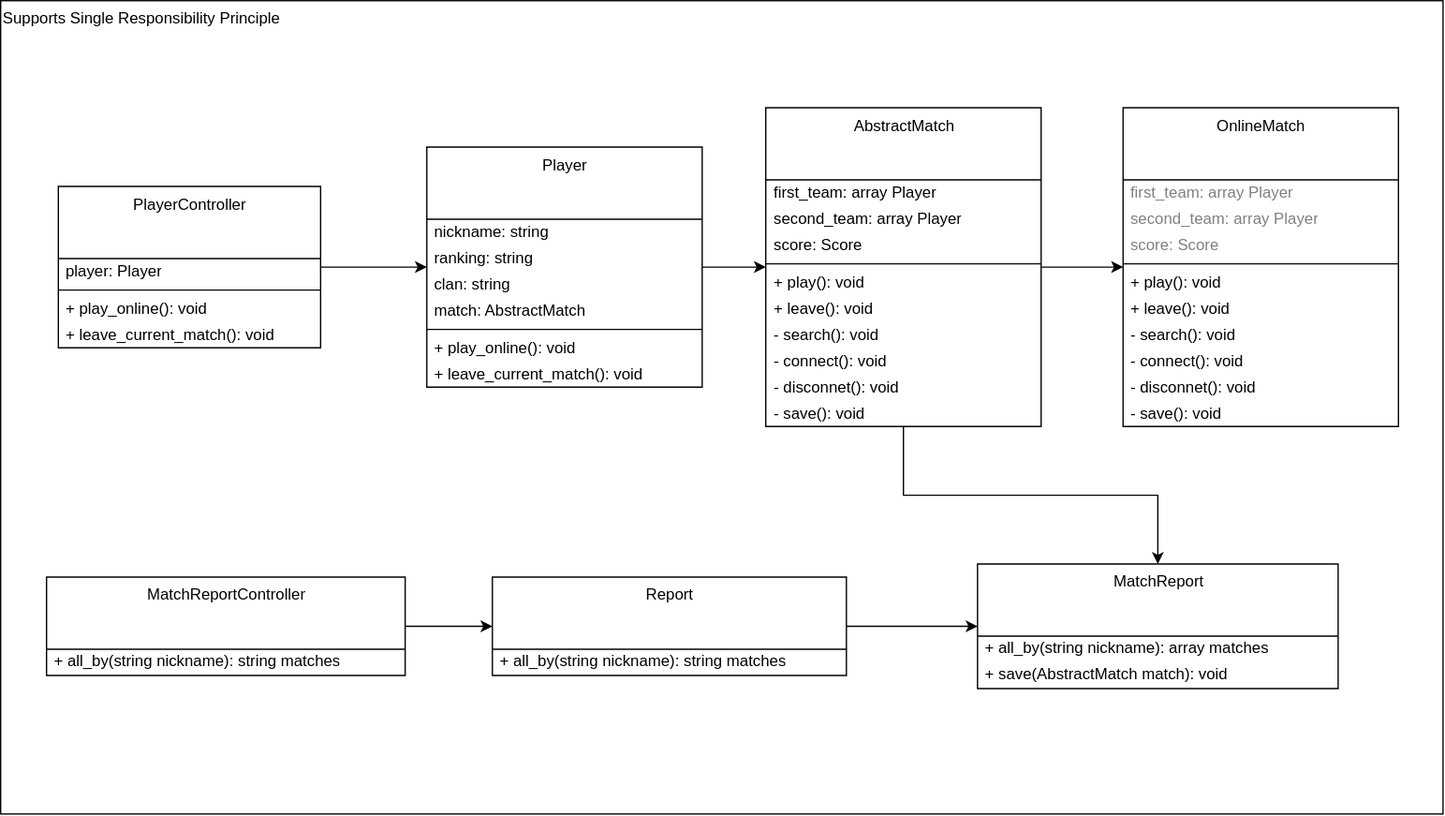
Before: images/clean-code-clean-classes/SRP.svg, a diagram exported from draw.io (GabrielSlima/blog). Source tidied: cells renumbered, new cells last; positions are measured from the earlier drawing's top-left corner, leaving out a move shared by most shapes.
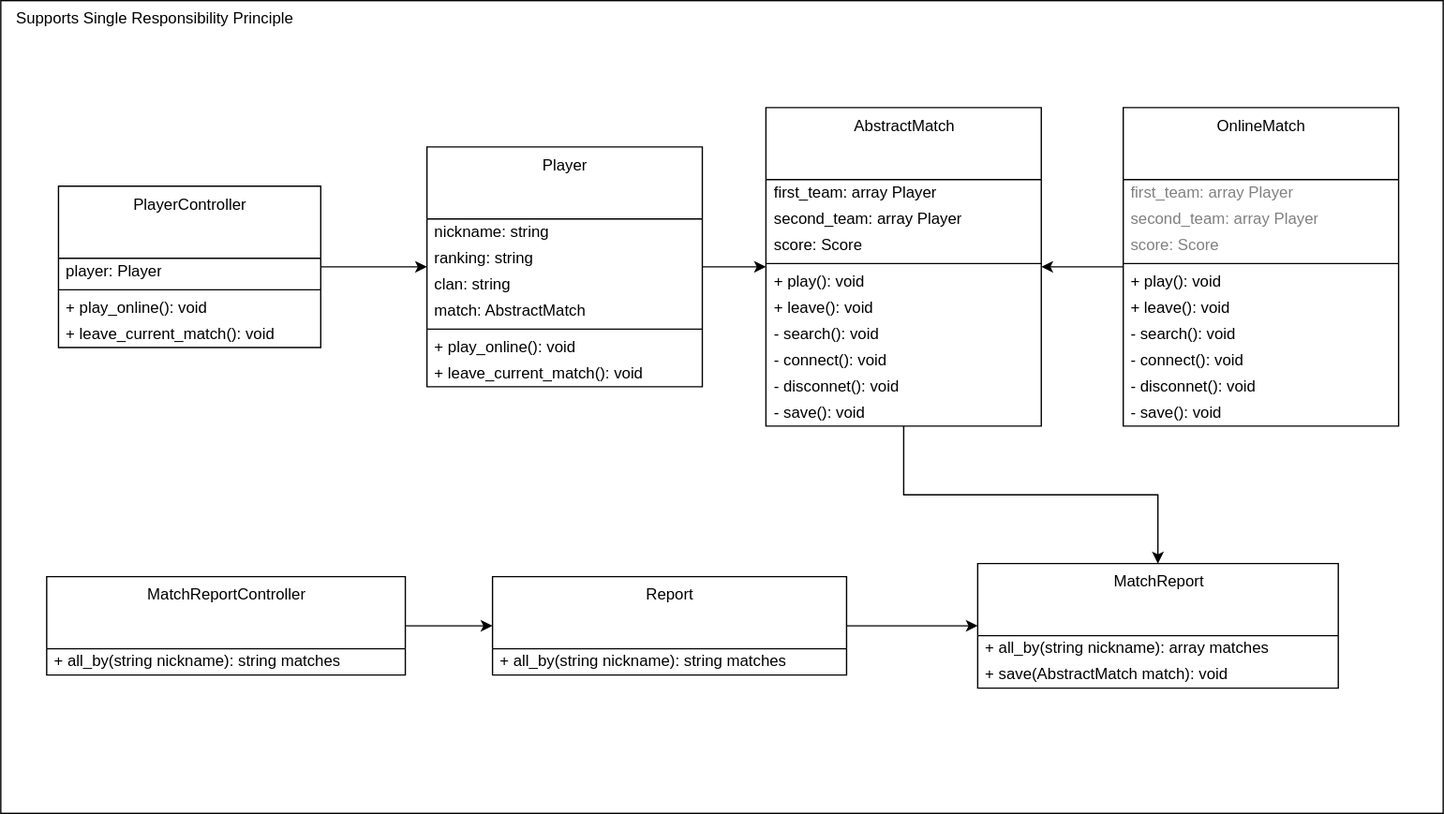
The same diagram one commit later.

What changed in the source:
```diff
@@ -2,7 +2,7 @@
   <root>
     <mxCell id="0" />
     <mxCell id="1" parent="0" />
-    <mxCell id="2" value="Supports Single Responsibility Principle" style="rounded=0;whiteSpace=wrap;html=1;fillColor=none;align=left;verticalAlign=top;" parent="1" vertex="1">
+    <mxCell id="2" value="Supports Single Responsibility Principle" style="rounded=0;whiteSpace=wrap;html=1;fillColor=none;align=left;verticalAlign=top;spacingLeft=10;" parent="1" vertex="1">
       <mxGeometry width="1100" height="620" as="geometry" />
     </mxCell>
     <mxCell id="3" value="MatchReport" style="swimlane;fontStyle=0;align=center;verticalAlign=top;horizontal=1;startSize=55;html=1;fillColor=none;" parent="1" vertex="1">
@@ -59,6 +59,9 @@
     <mxCell id="20" value="+ leave_current_match(): void" style="text;html=1;strokeColor=none;fillColor=none;align=left;verticalAlign=middle;spacingLeft=4;spacingRight=4;overflow=hidden;" parent="16" vertex="1">
       <mxGeometry y="103" width="200" height="20" as="geometry" />
     </mxCell>
+    <mxCell id="51" style="edgeStyle=orthogonalEdgeStyle;rounded=0;jettySize=auto;html=1;" parent="1" edge="1" source="21" target="34">
+      <mxGeometry relative="1" as="geometry" />
+    </mxCell>
     <mxCell id="21" value="OnlineMatch" style="swimlane;fontStyle=0;align=center;verticalAlign=top;horizontal=1;startSize=55;html=1;fillColor=none;" parent="1" vertex="1">
       <mxGeometry x="856" y="81.6" width="210" height="243" as="geometry" />
     </mxCell>
@@ -92,9 +95,6 @@
     <mxCell id="31" value="- save(): void" style="text;html=1;strokeColor=none;fillColor=none;align=left;verticalAlign=middle;spacingLeft=4;spacingRight=4;overflow=hidden;" parent="21" vertex="1">
       <mxGeometry y="223" width="210" height="20" as="geometry" />
     </mxCell>
-    <mxCell id="32" style="edgeStyle=orthogonalEdgeStyle;rounded=0;jettySize=auto;html=1;" parent="1" edge="1" source="34" target="21">
-      <mxGeometry relative="1" as="geometry" />
-    </mxCell>
     <mxCell id="33" style="edgeStyle=orthogonalEdgeStyle;rounded=0;jettySize=auto;html=1;fontColor=#808080;" parent="1" edge="1" source="34" target="3">
       <mxGeometry relative="1" as="geometry" />
     </mxCell>
```
